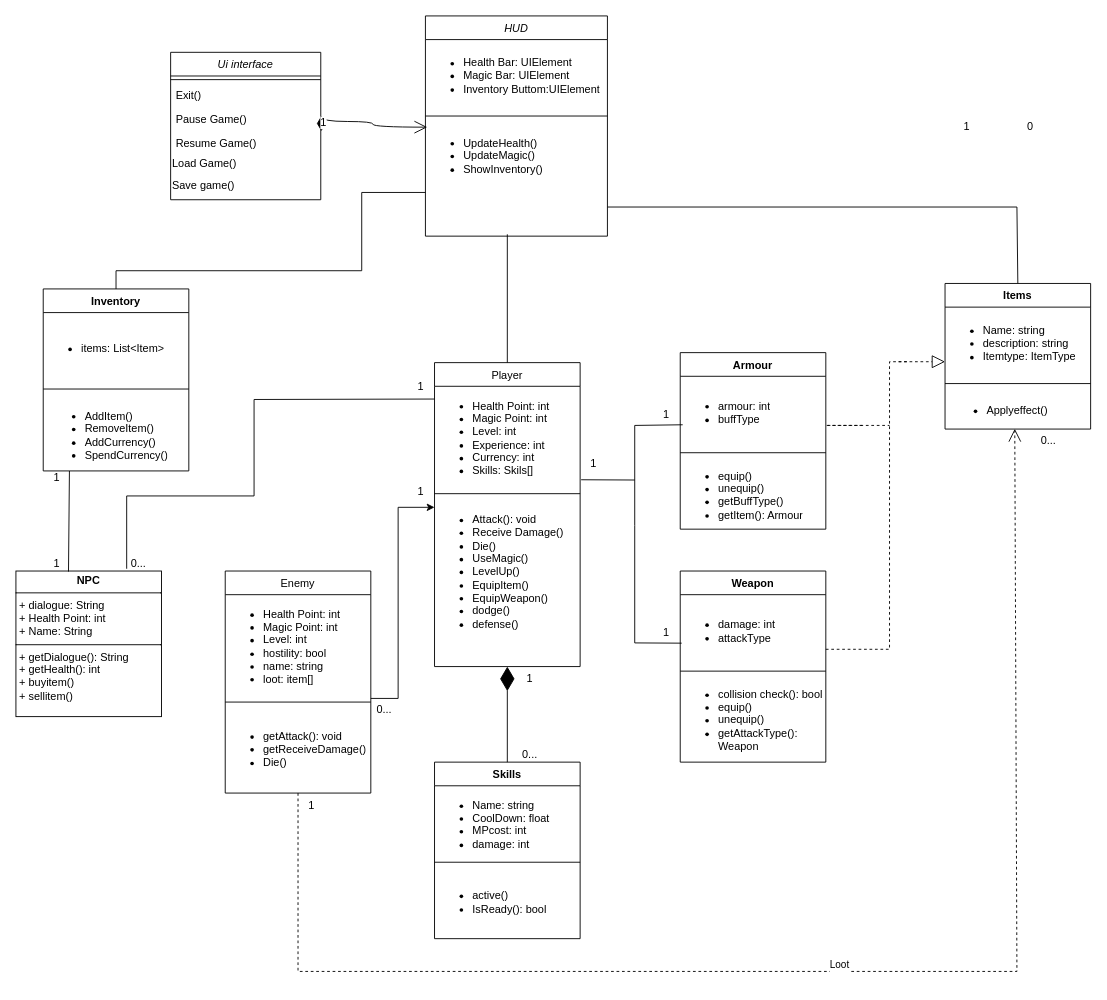
Earlier version of the draw.io diagram ClassUML_diagram.drawio (AndyC00/Ubi_hard-Game). Source tidied: cells renumbered, new cells numbered last; positions are measured from the earlier drawing's top-left corner, leaving out a move shared by most shapes. Both pictures are drawn from the tidied source at 91%, with x=0, y=0 at pixel (15, 15).
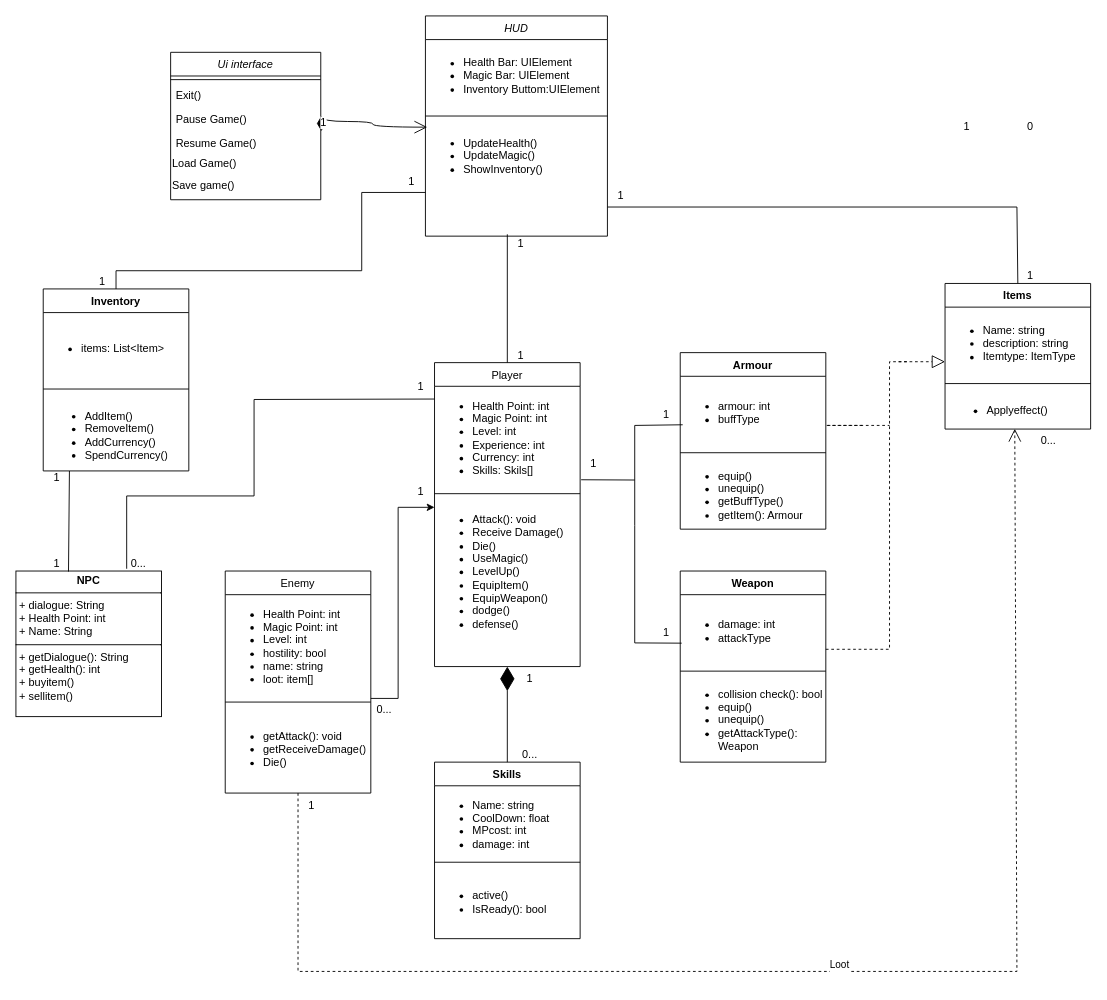
The same diagram, later.

What changed in the source:
```diff
@@
+    <mxCell id="71" value="1" style="text;html=1;align=center;verticalAlign=middle;whiteSpace=wrap;rounded=0;" parent="1" vertex="1">
+      <mxGeometry x="1100" y="278" width="30" height="16" as="geometry" />
+    </mxCell>
+    <mxCell id="72" value="1" style="text;html=1;align=center;verticalAlign=middle;whiteSpace=wrap;rounded=0;" parent="1" vertex="1">
+      <mxGeometry x="650" y="190" width="30" height="16" as="geometry" />
+    </mxCell>
+    <mxCell id="73" value="1" style="text;html=1;align=center;verticalAlign=middle;whiteSpace=wrap;rounded=0;" parent="1" vertex="1">
+      <mxGeometry x="540" y="365" width="30" height="16" as="geometry" />
+    </mxCell>
+    <mxCell id="74" value="1" style="text;html=1;align=center;verticalAlign=middle;whiteSpace=wrap;rounded=0;" parent="1" vertex="1">
+      <mxGeometry x="540" y="242" width="30" height="16" as="geometry" />
+    </mxCell>
+    <mxCell id="75" value="1" style="text;html=1;align=center;verticalAlign=middle;whiteSpace=wrap;rounded=0;" parent="1" vertex="1">
+      <mxGeometry x="420" y="174" width="30" height="16" as="geometry" />
+    </mxCell>
+    <mxCell id="76" value="1" style="text;html=1;align=center;verticalAlign=middle;whiteSpace=wrap;rounded=0;" parent="1" vertex="1">
+      <mxGeometry x="80" y="284" width="30" height="16" as="geometry" />
+    </mxCell>
```
